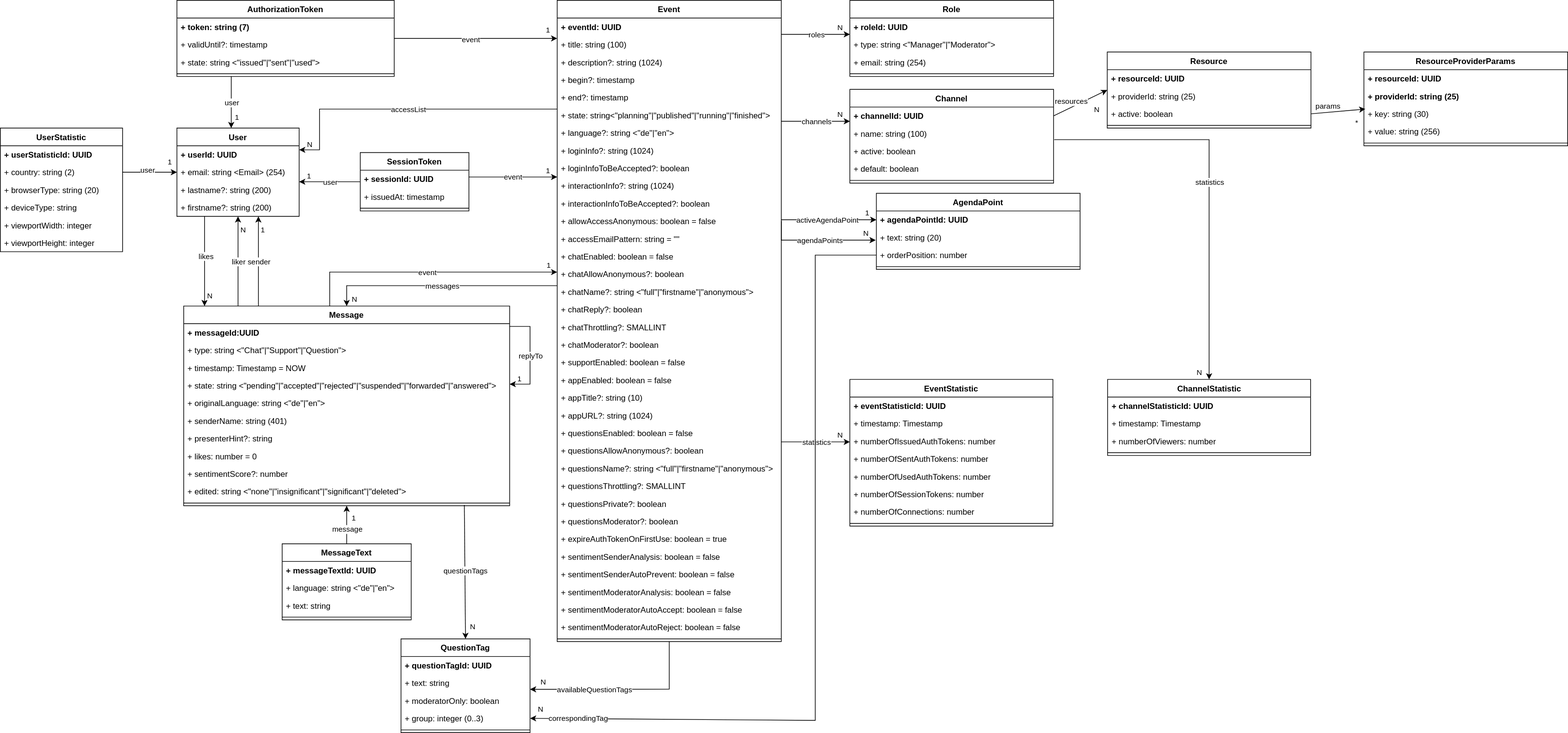
Above: doc/2-specification-datamodel.svg in rse/broadcast (draw.io), before the change. Source tidied: cells renumbered, new cells last; positions are measured from the earlier drawing's top-left corner, leaving out a move shared by most shapes.
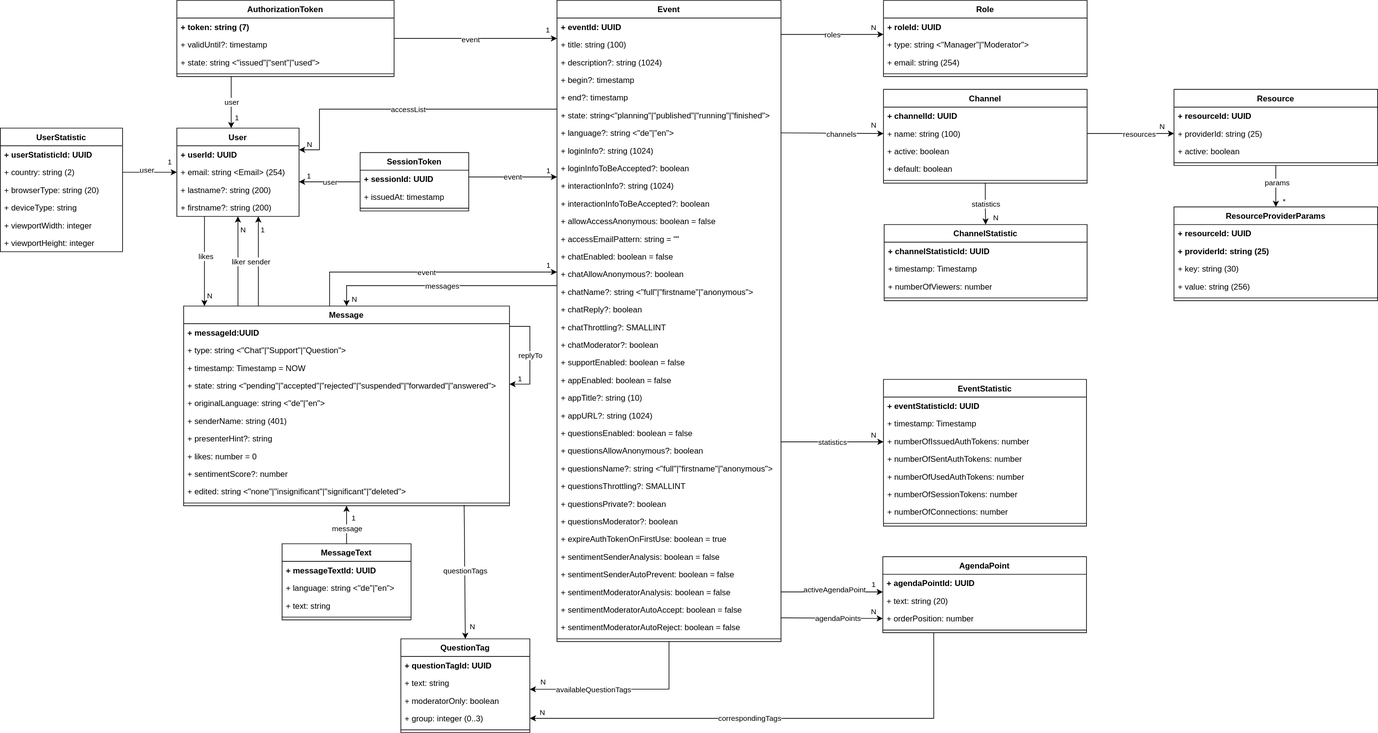
Later version of the same file.

Commit message:
make datamodel nice

Change to the diagram source:
```diff
@@ -81,7 +81,7 @@
       <mxGeometry y="104" width="190" height="8" as="geometry" />
     </mxCell>
     <mxCell id="28" value="Role" style="swimlane;fontStyle=1;align=center;verticalAlign=top;horizontal=1;startSize=26;whiteSpace=wrap;html=1;" parent="1" vertex="1">
-      <mxGeometry x="1251" width="300" height="112" as="geometry" />
+      <mxGeometry x="1301" width="300" height="112" as="geometry" />
     </mxCell>
     <mxCell id="29" value="+ roleId: UUID" style="text;strokeColor=none;fillColor=none;align=left;verticalAlign=top;spacingLeft=4;spacingRight=4;overflow=hidden;whiteSpace=wrap;html=1;fontStyle=1;" parent="28" vertex="1">
       <mxGeometry y="26" width="300" height="26" as="geometry" />
@@ -202,7 +202,7 @@
       </mxGeometry>
     </mxCell>
     <mxCell id="55" value="Channel" style="swimlane;fontStyle=1;align=center;verticalAlign=top;horizontal=1;startSize=26;whiteSpace=wrap;html=1;" parent="1" vertex="1">
-      <mxGeometry x="1251" y="131" width="300" height="138" as="geometry" />
+      <mxGeometry x="1301" y="131" width="300" height="138" as="geometry" />
     </mxCell>
     <mxCell id="56" value="+ channelId: UUID&amp;nbsp;" style="text;strokeColor=none;fillColor=none;align=left;verticalAlign=top;spacingLeft=4;spacingRight=4;overflow=hidden;points=[[0,0.5],[1,0.5]];portConstraint=eastwest;whiteSpace=wrap;html=1;fontStyle=1;" parent="55" vertex="1">
       <mxGeometry y="26" width="300" height="26" as="geometry" />
@@ -219,24 +219,6 @@
     <mxCell id="60" style="line;strokeWidth=1;fillColor=none;align=left;verticalAlign=middle;spacingTop=-1;spacingLeft=3;spacingRight=3;labelPosition=right;strokeColor=inherit;" parent="55" vertex="1">
       <mxGeometry y="130" width="300" height="8" as="geometry" />
     </mxCell>
-    <mxCell id="61" style="endArrow=classic;html=1;rounded=0;edgeStyle=orthogonalEdgeStyle;" parent="1" edge="1">
-      <mxGeometry relative="1" as="geometry">
-        <mxPoint x="1150" y="178" as="sourcePoint" />
-        <mxPoint x="1251" y="178" as="targetPoint" />
-        <Array as="points">
-          <mxPoint x="1200" y="178" />
-          <mxPoint x="1200" y="178" />
-        </Array>
-      </mxGeometry>
-    </mxCell>
-    <mxCell id="62" value="channels" style="edgeLabel;html=1;align=center;verticalAlign=middle;" parent="61" vertex="1">
-      <mxGeometry relative="1" as="geometry" />
-    </mxCell>
-    <mxCell id="63" value="N" style="edgeLabel;html=1;align=right;verticalAlign=bottom;" parent="61" vertex="1">
-      <mxGeometry x="1" relative="1" as="geometry">
-        <mxPoint x="-10" y="-2" as="offset" />
-      </mxGeometry>
-    </mxCell>
     <mxCell id="64" style="endArrow=classic;html=1;rounded=0;edgeStyle=orthogonalEdgeStyle;" parent="1" edge="1" source="70" target="28">
       <mxGeometry relative="1" as="geometry">
         <Array as="points">
@@ -460,7 +442,7 @@
       </mxGeometry>
     </mxCell>
     <mxCell id="122" value="EventStatistic" style="swimlane;fontStyle=1;align=center;verticalAlign=top;horizontal=1;startSize=26;whiteSpace=wrap;html=1;" parent="1" vertex="1">
-      <mxGeometry x="1251" y="558" width="299" height="216" as="geometry" />
+      <mxGeometry x="1301" y="558" width="299" height="216" as="geometry" />
     </mxCell>
     <mxCell id="123" value="+ eventStatisticId: UUID" style="text;strokeColor=none;fillColor=none;align=left;verticalAlign=top;spacingLeft=4;spacingRight=4;overflow=hidden;whiteSpace=wrap;html=1;fontStyle=1;" parent="122" vertex="1">
       <mxGeometry y="26" width="299" height="26" as="geometry" />
@@ -503,7 +485,7 @@
       </mxGeometry>
     </mxCell>
     <mxCell id="134" value="ChannelStatistic" style="swimlane;fontStyle=1;align=center;verticalAlign=top;horizontal=1;startSize=26;whiteSpace=wrap;html=1;" parent="1" vertex="1">
-      <mxGeometry x="1630.5" y="558" width="299" height="112" as="geometry" />
+      <mxGeometry x="1302" y="330" width="299" height="112" as="geometry" />
     </mxCell>
     <mxCell id="135" value="+ channelStatisticId: UUID" style="text;strokeColor=none;fillColor=none;align=left;verticalAlign=top;spacingLeft=4;spacingRight=4;overflow=hidden;whiteSpace=wrap;html=1;fontStyle=1;" parent="134" vertex="1">
       <mxGeometry y="26" width="299" height="26" as="geometry" />
@@ -517,7 +499,7 @@
     <mxCell id="138" style="line;strokeWidth=1;fillColor=none;align=left;verticalAlign=middle;spacingTop=-1;spacingLeft=3;spacingRight=3;labelPosition=right;strokeColor=inherit;" parent="134" vertex="1">
       <mxGeometry y="104" width="299" height="8" as="geometry" />
     </mxCell>
-    <mxCell id="139" style="endArrow=classic;html=1;rounded=0;edgeStyle=orthogonalEdgeStyle;exitX=1.003;exitY=0.846;exitDx=0;exitDy=0;exitPerimeter=0;" parent="1" edge="1" source="57" target="134">
+    <mxCell id="139" style="endArrow=classic;html=1;rounded=0;edgeStyle=orthogonalEdgeStyle;exitX=0.5;exitY=1;exitDx=0;exitDy=0;entryX=0.5;entryY=0;entryDx=0;entryDy=0;" parent="1" edge="1" source="55" target="134">
       <mxGeometry relative="1" as="geometry" />
     </mxCell>
     <mxCell id="140" value="statistics" style="edgeLabel;html=1;align=center;verticalAlign=middle;" parent="139" vertex="1">
@@ -525,7 +507,7 @@
     </mxCell>
     <mxCell id="141" value="N" style="edgeLabel;html=1;align=right;verticalAlign=bottom;" parent="139" vertex="1">
       <mxGeometry x="1" relative="1" as="geometry">
-        <mxPoint x="-10" y="-2" as="offset" />
+        <mxPoint x="19" y="-2" as="offset" />
       </mxGeometry>
     </mxCell>
     <mxCell id="142" value="QuestionTag" style="swimlane;fontStyle=1;align=center;verticalAlign=top;horizontal=1;startSize=26;whiteSpace=wrap;html=1;" parent="1" vertex="1">
@@ -572,7 +554,7 @@
       <mxGeometry x="700" y="930" as="geometry" />
     </mxCell>
     <mxCell id="154" value="Resource" style="swimlane;fontStyle=1;align=center;verticalAlign=top;horizontal=1;startSize=26;whiteSpace=wrap;html=1;" parent="1" vertex="1">
-      <mxGeometry x="1630" y="76" width="300" height="112" as="geometry" />
+      <mxGeometry x="1729" y="131" width="300" height="112" as="geometry" />
     </mxCell>
     <mxCell id="155" value="&lt;b&gt;+ resourceId: UUID&lt;/b&gt;" style="text;strokeColor=none;fillColor=none;align=left;verticalAlign=top;spacingLeft=4;spacingRight=4;overflow=hidden;whiteSpace=wrap;html=1;" parent="154" vertex="1">
       <mxGeometry y="26" width="300" height="26" as="geometry" />
@@ -586,16 +568,16 @@
     <mxCell id="158" style="line;strokeWidth=1;fillColor=none;align=left;verticalAlign=middle;spacingTop=-1;spacingLeft=3;spacingRight=3;labelPosition=right;strokeColor=inherit;" parent="154" vertex="1">
       <mxGeometry y="104" width="300" height="8" as="geometry" />
     </mxCell>
-    <mxCell id="159" style="endArrow=classic;html=1;rounded=0;entryX=0;entryY=0.5;entryDx=0;entryDy=0;exitX=1;exitY=0.5;exitDx=0;exitDy=0;" parent="1" edge="1" source="56" target="154">
+    <mxCell id="159" style="endArrow=classic;html=1;rounded=0;entryX=0;entryY=0.5;entryDx=0;entryDy=0;exitX=1;exitY=0.5;exitDx=0;exitDy=0;" parent="1" edge="1" source="57" target="156">
       <mxGeometry relative="1" as="geometry" />
     </mxCell>
     <mxCell id="160" value="resources" style="edgeLabel;html=1;align=center;verticalAlign=middle;" parent="159" vertex="1">
-      <mxGeometry x="-0.37" y="-1" relative="1" as="geometry">
-        <mxPoint y="-10" as="offset" />
-      </mxGeometry>
+      <mxGeometry x="0.2" relative="1" as="geometry" />
     </mxCell>
     <mxCell id="161" value="N" style="edgeLabel;html=1;align=right;verticalAlign=bottom;" parent="1" vertex="1">
-      <mxGeometry x="1619" y="169" as="geometry" />
+      <mxGeometry x="1610" y="166" as="geometry">
+        <mxPoint x="106" y="28" as="offset" />
+      </mxGeometry>
     </mxCell>
     <mxCell id="162" value="UserStatistic" style="swimlane;fontStyle=1;align=center;verticalAlign=top;horizontal=1;startSize=26;whiteSpace=wrap;html=1;" parent="1" vertex="1">
       <mxGeometry y="188" width="180" height="182" as="geometry" />
@@ -630,7 +612,7 @@
       </mxGeometry>
     </mxCell>
     <mxCell id="172" value="AgendaPoint" style="swimlane;fontStyle=1;align=center;verticalAlign=top;horizontal=1;startSize=26;whiteSpace=wrap;html=1;" parent="1" vertex="1">
-      <mxGeometry x="1290" y="284" width="300" height="112" as="geometry" />
+      <mxGeometry x="1300" y="819" width="300" height="112" as="geometry" />
     </mxCell>
     <mxCell id="173" value="+ agendaPointId: UUID" style="text;strokeColor=none;fillColor=none;align=left;verticalAlign=top;spacingLeft=4;spacingRight=4;overflow=hidden;points=[[0,0.5],[1,0.5]];portConstraint=eastwest;whiteSpace=wrap;html=1;fontStyle=1;" parent="172" vertex="1">
       <mxGeometry y="26" width="300" height="26" as="geometry" />
@@ -644,55 +626,8 @@
     <mxCell id="176" style="line;strokeWidth=1;fillColor=none;align=left;verticalAlign=middle;spacingTop=-1;spacingLeft=3;spacingRight=3;labelPosition=right;strokeColor=inherit;" parent="172" vertex="1">
       <mxGeometry y="104" width="300" height="8" as="geometry" />
     </mxCell>
-    <mxCell id="177" style="endArrow=classic;html=1;rounded=0;edgeStyle=orthogonalEdgeStyle;exitX=1;exitY=0.5;exitDx=0;exitDy=0;" parent="1" edge="1" source="82">
-      <mxGeometry relative="1" as="geometry">
-        <mxPoint x="1289" y="353" as="targetPoint" />
-        <Array as="points">
-          <mxPoint x="1150" y="353" />
-        </Array>
-      </mxGeometry>
-    </mxCell>
-    <mxCell id="178" value="agendaPoints" style="edgeLabel;html=1;align=center;verticalAlign=middle;" parent="177" vertex="1">
-      <mxGeometry relative="1" as="geometry" />
-    </mxCell>
-    <mxCell id="179" value="N" style="edgeLabel;html=1;align=right;verticalAlign=bottom;" parent="177" vertex="1">
-      <mxGeometry x="1" relative="1" as="geometry">
-        <mxPoint x="-10" y="-2" as="offset" />
-      </mxGeometry>
-    </mxCell>
-    <mxCell id="180" style="endArrow=classic;html=1;rounded=0;edgeStyle=orthogonalEdgeStyle;entryX=0;entryY=0.5;entryDx=0;entryDy=0;" parent="1" edge="1" target="173">
-      <mxGeometry relative="1" as="geometry">
-        <mxPoint x="1150" y="323" as="sourcePoint" />
-      </mxGeometry>
-    </mxCell>
-    <mxCell id="181" value="activeAgendaPoint" style="edgeLabel;html=1;align=center;verticalAlign=middle;" parent="180" vertex="1">
-      <mxGeometry relative="1" as="geometry">
-        <mxPoint x="-3" as="offset" />
-      </mxGeometry>
-    </mxCell>
-    <mxCell id="182" value="1" style="edgeLabel;html=1;align=right;verticalAlign=bottom;" parent="180" vertex="1">
-      <mxGeometry x="1" relative="1" as="geometry">
-        <mxPoint x="-10" y="-2" as="offset" />
-      </mxGeometry>
-    </mxCell>
-    <mxCell id="183" style="endArrow=classic;html=1;rounded=0;entryX=1;entryY=0.5;entryDx=0;entryDy=0;exitX=0;exitY=0.5;exitDx=0;exitDy=0;" parent="1" edge="1" source="175" target="146">
-      <mxGeometry relative="1" as="geometry">
-        <Array as="points">
-          <mxPoint x="1200" y="375" />
-          <mxPoint x="1200" y="1060" />
-        </Array>
-      </mxGeometry>
-    </mxCell>
-    <mxCell id="184" value="correspondingTag" style="edgeLabel;html=1;align=center;verticalAlign=middle;" parent="183" vertex="1">
-      <mxGeometry x="0.31" relative="1" as="geometry">
-        <mxPoint x="-340" y="-3" as="offset" />
-      </mxGeometry>
-    </mxCell>
-    <mxCell id="185" value="&lt;span style=&quot;color: rgb(0, 0, 0); font-family: Helvetica; font-size: 11px; font-style: normal; font-variant-ligatures: normal; font-variant-caps: normal; font-weight: 400; letter-spacing: normal; orphans: 2; text-align: right; text-indent: 0px; text-transform: none; widows: 2; word-spacing: 0px; -webkit-text-stroke-width: 0px; white-space: nowrap; background-color: rgb(255, 255, 255); text-decoration-thickness: initial; text-decoration-style: initial; text-decoration-color: initial; display: inline !important; float: none;&quot;&gt;N&lt;/span&gt;" style="text;whiteSpace=wrap;html=1;" parent="1" vertex="1">
-      <mxGeometry x="790" y="1030" width="60" height="40" as="geometry" />
-    </mxCell>
     <mxCell id="186" value="ResourceProviderParams" style="swimlane;fontStyle=1;align=center;verticalAlign=top;horizontal=1;startSize=26;whiteSpace=wrap;html=1;" parent="1" vertex="1">
-      <mxGeometry x="2008" y="76" width="300" height="138" as="geometry" />
+      <mxGeometry x="1729" y="304" width="300" height="138" as="geometry" />
     </mxCell>
     <mxCell id="187" value="&lt;b&gt;+ resourceId: UUID&lt;/b&gt;" style="text;strokeColor=none;fillColor=none;align=left;verticalAlign=top;spacingLeft=4;spacingRight=4;overflow=hidden;whiteSpace=wrap;html=1;" parent="186" vertex="1">
       <mxGeometry y="26" width="300" height="26" as="geometry" />
@@ -709,18 +644,56 @@
     <mxCell id="191" style="line;strokeWidth=1;fillColor=none;align=left;verticalAlign=middle;spacingTop=-1;spacingLeft=3;spacingRight=3;labelPosition=right;strokeColor=inherit;" parent="186" vertex="1">
       <mxGeometry y="130" width="300" height="8" as="geometry" />
     </mxCell>
-    <mxCell id="192" style="endArrow=classic;html=1;rounded=0;exitX=1;exitY=0.5;exitDx=0;exitDy=0;" parent="1" edge="1" source="157">
-      <mxGeometry relative="1" as="geometry">
-        <mxPoint x="2010" y="160" as="targetPoint" />
-      </mxGeometry>
-    </mxCell>
+    <mxCell id="195" style="endArrow=classic;html=1;rounded=0;entryX=0;entryY=0.5;entryDx=0;entryDy=0;exitX=1;exitY=-0.038;exitDx=0;exitDy=0;exitPerimeter=0;" parent="1" edge="1" source="105" target="175">
+      <mxGeometry relative="1" as="geometry" />
+    </mxCell>
+    <mxCell id="178" value="agendaPoints" style="edgeLabel;html=1;align=center;verticalAlign=middle;" parent="195" vertex="1">
+      <mxGeometry x="0.12" relative="1" as="geometry" />
+    </mxCell>
+    <mxCell id="196" style="endArrow=classic;html=1;rounded=0;entryX=0;entryY=0.5;entryDx=0;entryDy=0;exitX=1;exitY=0.5;exitDx=0;exitDy=0;snapToPoint=1;" parent="1" edge="1" source="77" target="57">
+      <mxGeometry relative="1" as="geometry" />
+    </mxCell>
+    <mxCell id="62" value="channels" style="edgeLabel;html=1;align=center;verticalAlign=middle;" parent="196" vertex="1">
+      <mxGeometry x="0.16" y="-1" relative="1" as="geometry" />
+    </mxCell>
+    <mxCell id="197" value="N" style="edgeLabel;html=1;align=right;verticalAlign=bottom;" parent="1" vertex="1">
+      <mxGeometry x="1291" y="192" as="geometry" />
+    </mxCell>
+    <mxCell id="198" value="N" style="edgeLabel;html=1;align=right;verticalAlign=bottom;" parent="1" vertex="1">
+      <mxGeometry x="1291" y="908" as="geometry" />
+    </mxCell>
+    <mxCell id="199" style="endArrow=classic;html=1;rounded=0;entryX=0;entryY=1;entryDx=0;entryDy=0;exitX=1;exitY=0.5;exitDx=0;exitDy=0;entryPerimeter=0;" parent="1" edge="1" source="103" target="173">
+      <mxGeometry relative="1" as="geometry" />
+    </mxCell>
+    <mxCell id="181" value="activeAgendaPoint" style="edgeLabel;html=1;align=center;verticalAlign=middle;" parent="199" vertex="1">
+      <mxGeometry x="0.06" y="4" relative="1" as="geometry" />
+    </mxCell>
+    <mxCell id="182" value="1" style="edgeLabel;html=1;align=right;verticalAlign=bottom;" parent="1" vertex="1">
+      <mxGeometry x="1316" y="982" as="geometry">
+        <mxPoint x="-26" y="-114" as="offset" />
+      </mxGeometry>
+    </mxCell>
+    <mxCell id="200" style="endArrow=classic;html=1;rounded=0;entryX=1;entryY=0.5;entryDx=0;entryDy=0;curved=0;exitX=0.25;exitY=1;exitDx=0;exitDy=0;" parent="1" edge="1" source="172" target="146">
+      <mxGeometry relative="1" as="geometry">
+        <Array as="points">
+          <mxPoint x="1375" y="1057" />
+        </Array>
+      </mxGeometry>
+    </mxCell>
+    <mxCell id="201" value="correspondingTags" style="edgeLabel;html=1;align=center;verticalAlign=middle;" parent="200" vertex="1">
+      <mxGeometry x="0.1" y="-1" relative="1" as="geometry" />
+    </mxCell>
+    <mxCell id="202" value="N" style="edgeLabel;html=1;align=right;verticalAlign=bottom;" parent="1" vertex="1">
+      <mxGeometry x="803" y="1057" as="geometry" />
+    </mxCell>
+    <mxCell id="203" style="endArrow=classic;html=1;rounded=0;exitX=0.5;exitY=1;exitDx=0;exitDy=0;entryX=0.5;entryY=0;entryDx=0;entryDy=0;" parent="1" edge="1" source="154" target="186">
+      <mxGeometry relative="1" as="geometry" />
+    </mxCell>
-    <mxCell id="193" value="params" style="edgeLabel;html=1;align=center;verticalAlign=middle;" parent="192" vertex="1">
-      <mxGeometry x="-0.37" y="-1" relative="1" as="geometry">
-        <mxPoint y="-10" as="offset" />
-      </mxGeometry>
+    <mxCell id="193" value="params" style="edgeLabel;html=1;align=center;verticalAlign=middle;" parent="203" vertex="1">
+      <mxGeometry x="-0.15" y="1" relative="1" as="geometry" />
     </mxCell>
     <mxCell id="194" value="*" style="edgeLabel;html=1;align=right;verticalAlign=bottom;" parent="1" vertex="1">
-      <mxGeometry x="2000" y="188" as="geometry" />
+      <mxGeometry x="1894" y="304" as="geometry" />
     </mxCell>
   </root>
 </mxGraphModel>
```
